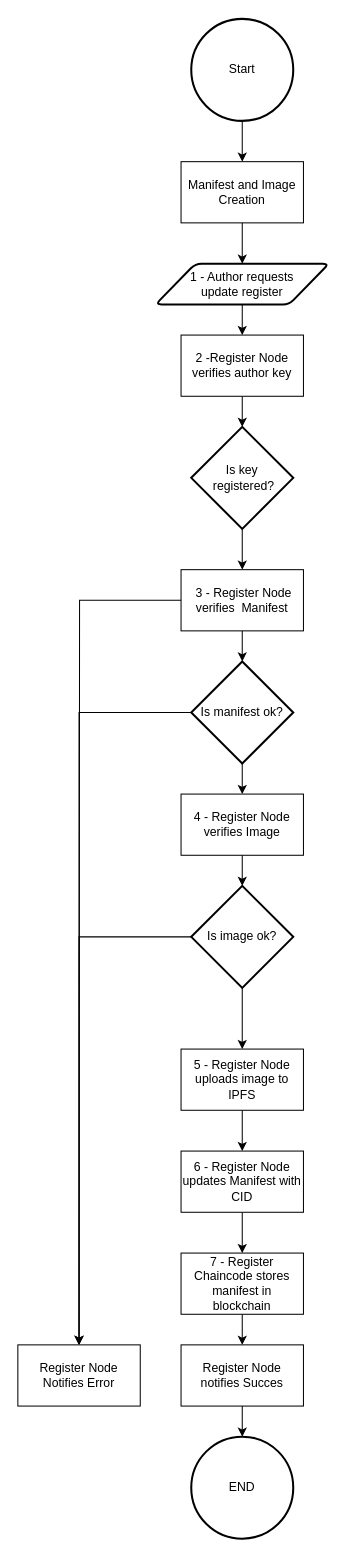
Before: Flow Diagrams/RegisterUpdate/RegisterFlow.drawio in sfl0r3nz05/DistributedBchFWArchIoT, a draw.io diagram. Source tidied: cells renumbered, new cells numbered last; positions are measured from the earlier drawing's top-left corner, leaving out a move shared by most shapes. Both pictures are drawn from the tidied source at 102%, with x=0, y=0 at pixel (17, 18).
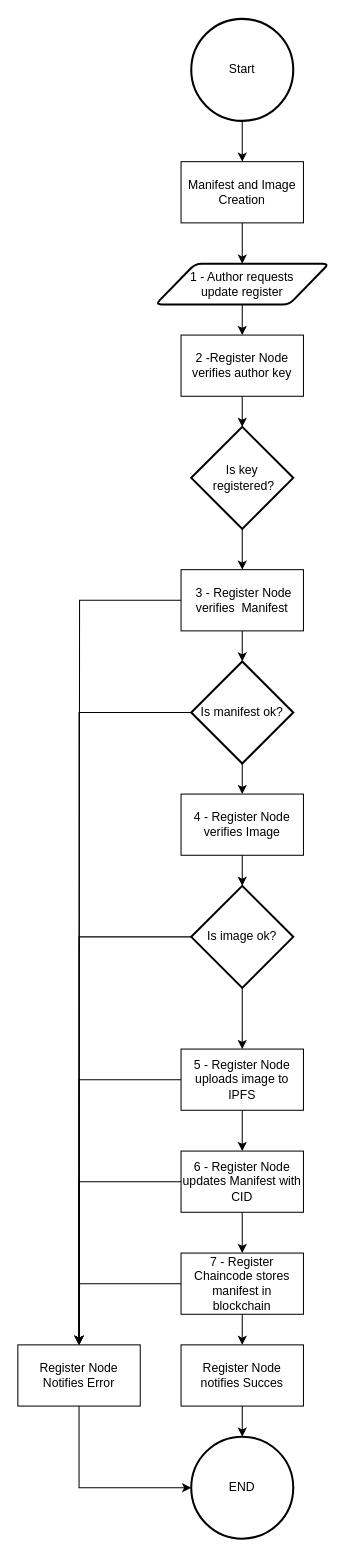
The same diagram, later.

The change refers to these unchanged cells:
```xml
<mxCell id="24" value="5 - Register Node uploads image to IPFS" style="rounded=0;whiteSpace=wrap;html=1;" parent="1" vertex="1">
  <mxGeometry x="160" y="1010" width="120" height="60" as="geometry" />
</mxCell>
<mxCell id="26" value="6 - Register Node updates Manifest with CID" style="rounded=0;whiteSpace=wrap;html=1;" parent="1" vertex="1">
  <mxGeometry x="160" y="1110" width="120" height="60" as="geometry" />
</mxCell>
<mxCell id="28" value="7 - Register Chaincode stores manifest in blockchain" style="rounded=0;whiteSpace=wrap;html=1;" parent="1" vertex="1">
  <mxGeometry x="160" y="1210" width="120" height="60" as="geometry" />
</mxCell>
<mxCell id="31" value="Register Node Notifies Error" style="rounded=0;whiteSpace=wrap;html=1;" parent="1" vertex="1">
  <mxGeometry y="1300" width="120" height="60" as="geometry" />
</mxCell>
<mxCell id="32" value="END" style="strokeWidth=2;html=1;shape=mxgraph.flowchart.start_2;whiteSpace=wrap;" parent="1" vertex="1">
  <mxGeometry x="170" y="1390" width="100" height="100" as="geometry" />
</mxCell>
```

Diff of the diagram source:
```diff
@@
+    <mxCell id="33" style="edgeStyle=orthogonalEdgeStyle;rounded=0;jettySize=auto;html=1;exitX=0;exitY=0.5;exitDx=0;exitDy=0;entryX=0.5;entryY=0;entryDx=0;entryDy=0;" parent="1" edge="1" source="24" target="31">
+      <mxGeometry relative="1" as="geometry" />
+    </mxCell>
@@
+    <mxCell id="34" style="edgeStyle=orthogonalEdgeStyle;rounded=0;jettySize=auto;html=1;exitX=0;exitY=0.5;exitDx=0;exitDy=0;entryX=0.5;entryY=0;entryDx=0;entryDy=0;" parent="1" edge="1" source="26" target="31">
+      <mxGeometry relative="1" as="geometry" />
+    </mxCell>
@@
+    <mxCell id="35" style="edgeStyle=orthogonalEdgeStyle;rounded=0;jettySize=auto;html=1;exitX=0;exitY=0.5;exitDx=0;exitDy=0;" parent="1" edge="1" source="28">
+      <mxGeometry relative="1" as="geometry">
+        <mxPoint x="60" y="1300" as="targetPoint" />
+      </mxGeometry>
+    </mxCell>
@@
+    <mxCell id="36" style="edgeStyle=orthogonalEdgeStyle;rounded=0;jettySize=auto;html=1;exitX=0.5;exitY=1;exitDx=0;exitDy=0;entryX=0;entryY=0.5;entryDx=0;entryDy=0;entryPerimeter=0;" parent="1" edge="1" source="31" target="32">
+      <mxGeometry relative="1" as="geometry" />
+    </mxCell>
```
